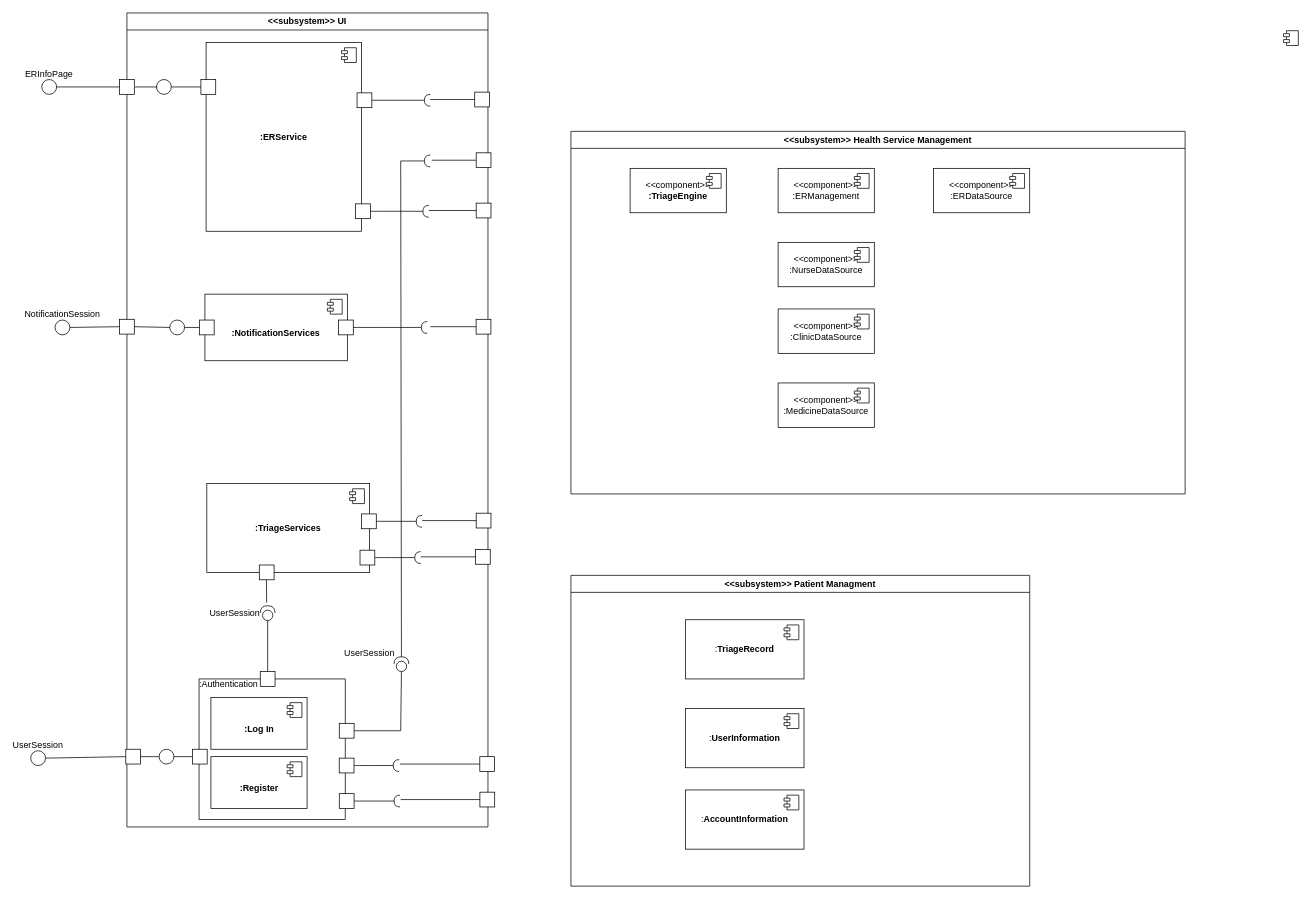
The draw.io diagram Usecases/C&C.drawio in uvic-teach/project-m1-team8, before the edit. Source tidied: cells renumbered, new cells numbered last; positions are measured from the earlier drawing's top-left corner, leaving out a move shared by most shapes. Both pictures are drawn from the tidied source at 74%, with x=0, y=0 at pixel (16, 13).
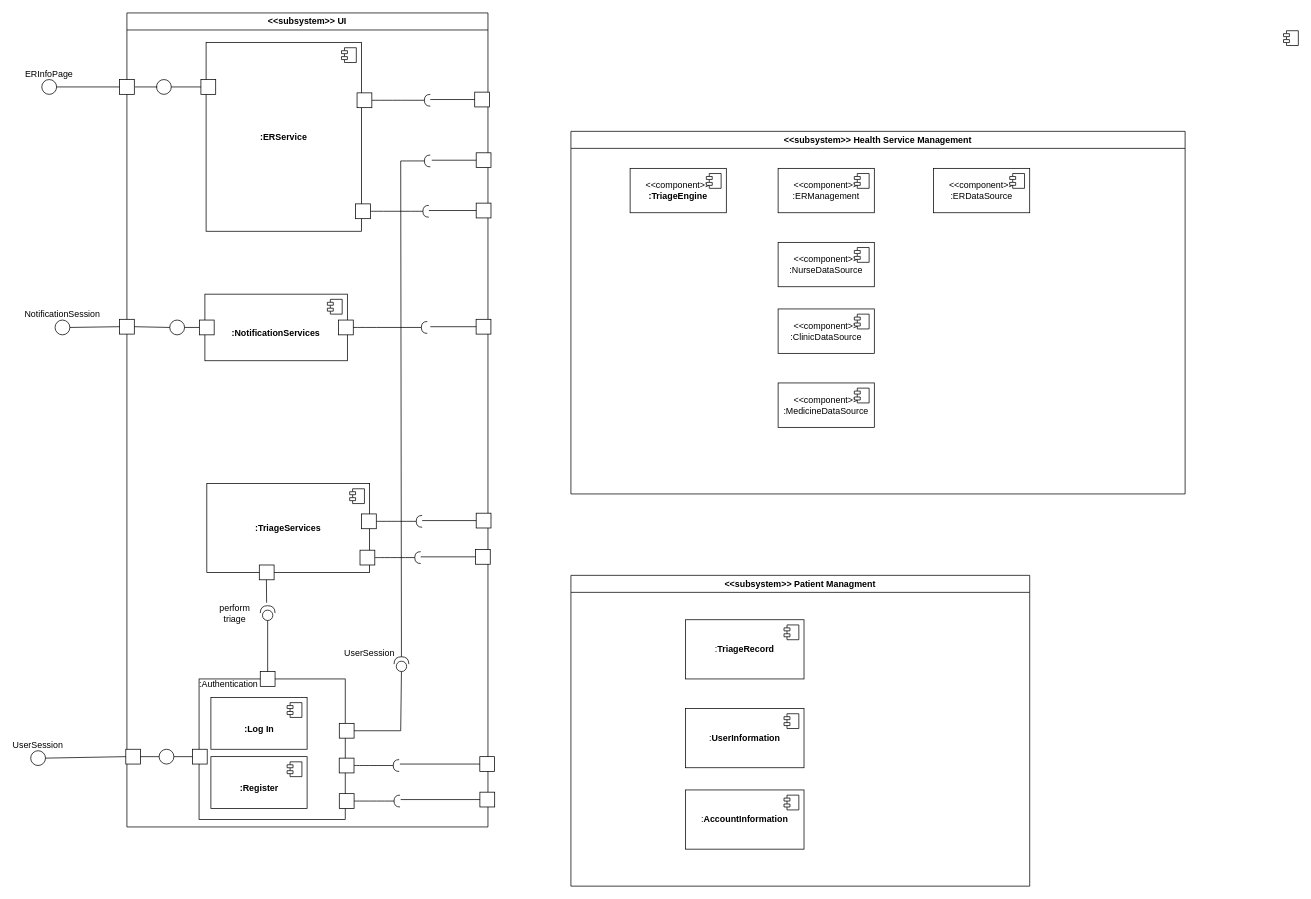
After the change.

Commit message:
Renamed user session to perform triage

The change refers to these unchanged cells:
```xml
<mxCell id="2" value="&amp;lt;&amp;lt;subsystem&amp;gt;&amp;gt; UI" style="swimlane;whiteSpace=wrap;html=1;" parent="1" vertex="1">
  <mxGeometry x="150" width="487.9" height="1100" as="geometry" />
</mxCell>
```

Diff of the diagram source:
```diff
@@
-    <mxCell id="24" value="UserSession" style="text;html=1;strokeColor=none;fillColor=none;align=center;verticalAlign=middle;whiteSpace=wrap;rounded=0;" parent="2" vertex="1">
+    <mxCell id="24" value="perform triage" style="text;html=1;strokeColor=none;fillColor=none;align=center;verticalAlign=middle;whiteSpace=wrap;rounded=0;" parent="2" vertex="1">
       <mxGeometry x="116" y="797" width="60" height="30" as="geometry" />
     </mxCell>
```
